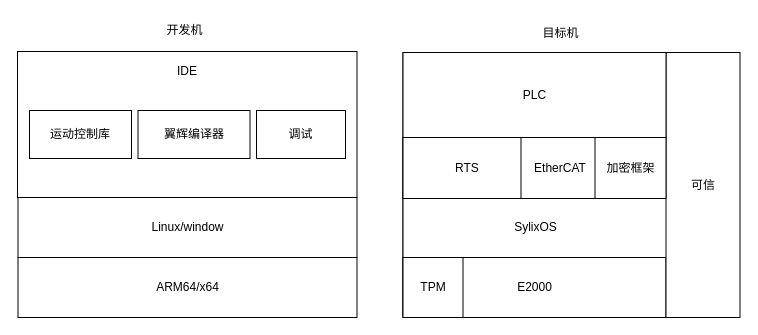
This is 国产PLC.drawio from SongXiaoLongg/DrawIO, a draw.io file, before an edit. Source tidied: cells renumbered, new cells numbered last; positions are measured from the earlier drawing's top-left corner, leaving out a move shared by most shapes. Both pictures are drawn from the tidied source at 100%, with x=0, y=0 at pixel (17, 17).
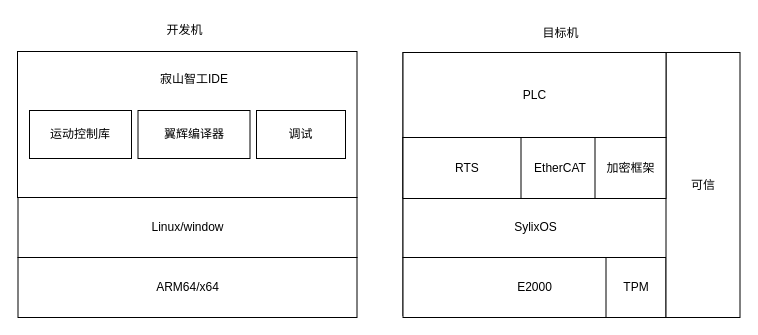
Above is the later version.

The edit, as a diff of the source:
```diff
@@
     <mxCell id="6" value="TPM" style="whiteSpace=wrap;html=1;" parent="1" vertex="1">
-      <mxGeometry x="385.5" y="240" width="60" height="60" as="geometry" />
+      <mxGeometry x="588.5" y="240" width="60" height="60" as="geometry" />
     </mxCell>
@@
-    <mxCell id="16" value="IDE" style="text;html=1;align=center;verticalAlign=middle;whiteSpace=wrap;rounded=0;" parent="1" vertex="1">
-      <mxGeometry x="139.8" y="39" width="60" height="30" as="geometry" />
+    <mxCell id="16" value="寂山智工IDE" style="text;html=1;align=center;verticalAlign=middle;whiteSpace=wrap;rounded=0;" parent="1" vertex="1">
+      <mxGeometry x="111.5" y="47" width="130" height="30" as="geometry" />
     </mxCell>
```
